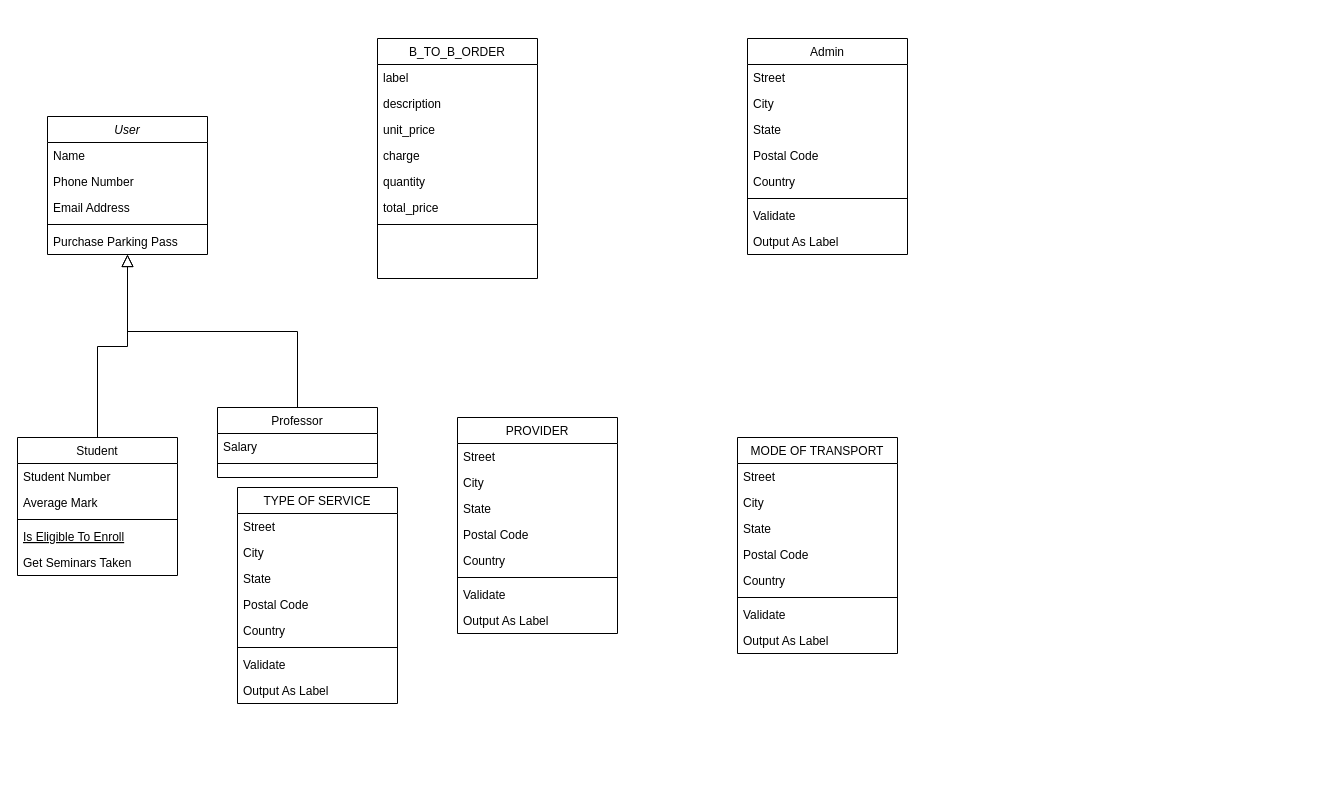
The draw.io diagram B_to_B_class_diagram.drawio in dame620/B_to_B_order_class_diagram, before the edit. Source tidied: cells renumbered, new cells numbered last; positions are measured from the earlier drawing's top-left corner, leaving out a move shared by most shapes. Both pictures are drawn from the tidied source at 100%, with x=0, y=0 at pixel (17, 38).
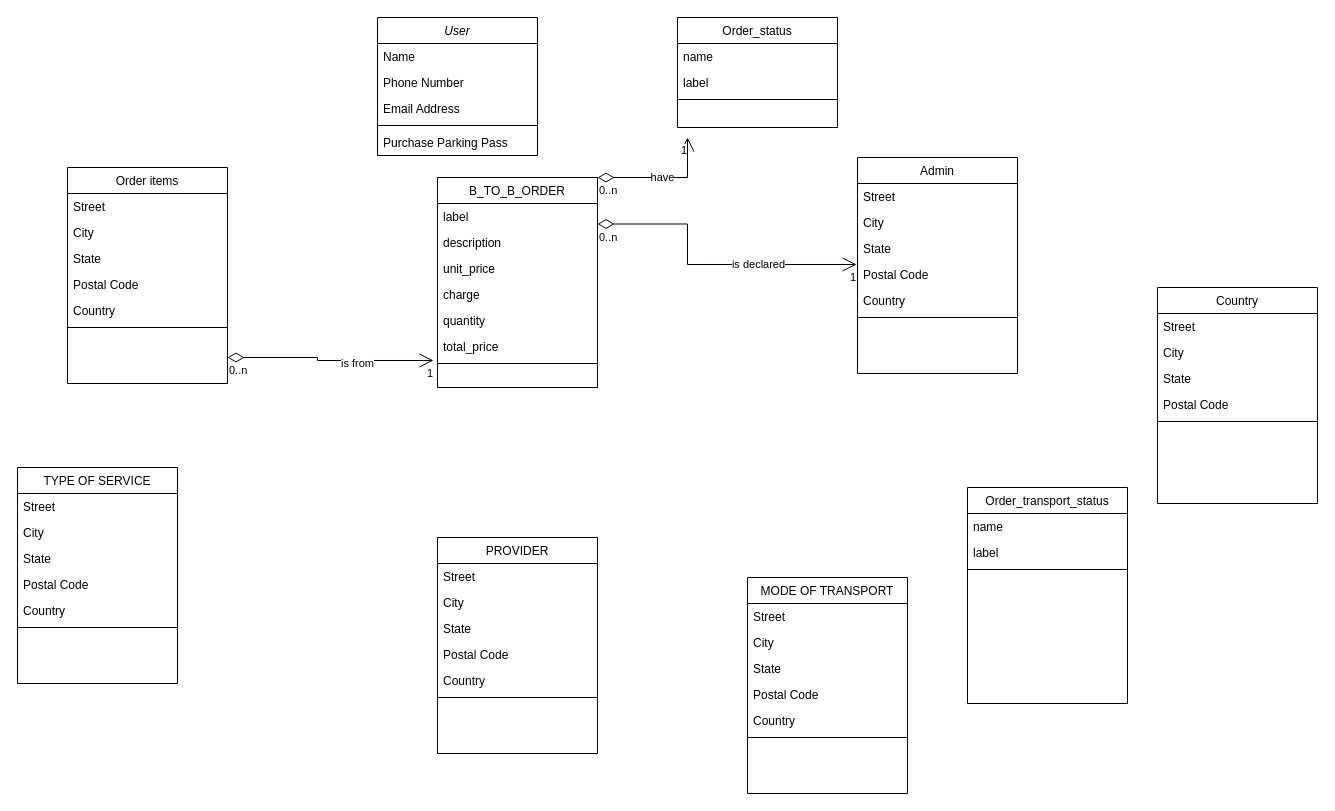
After the change.

Commit message:
Mettre à jour B_to_B_class_diagram.drawio

Unchanged cells that the change refers to:
```xml
<mxCell id="23" value="Postal Code" style="text;align=left;verticalAlign=top;spacingLeft=4;spacingRight=4;overflow=hidden;points=[[0,0.5],[1,0.5]];portConstraint=eastwest;rounded=0;shadow=0;html=0;" parent="19" vertex="1">
  <mxGeometry y="104" width="160" height="26" as="geometry" />
</mxCell>
<mxCell id="61" value="total_price&#10;&#10;" style="text;align=left;verticalAlign=top;spacingLeft=4;spacingRight=4;overflow=hidden;points=[[0,0.5],[1,0.5]];portConstraint=eastwest;rounded=0;shadow=0;html=0;" parent="55" vertex="1">
  <mxGeometry y="156" width="160" height="26" as="geometry" />
</mxCell>
```

What changed in the source:
```diff
@@
     <mxCell id="2" value="User" style="swimlane;fontStyle=2;align=center;verticalAlign=top;horizontal=1;startSize=26;rounded=0;shadow=0;strokeWidth=1;" parent="1" vertex="1">
-      <mxGeometry x="30" y="78" width="160" height="138" as="geometry" />
+      <mxGeometry x="360" y="-21" width="160" height="138" as="geometry" />
     </mxCell>
@@
-    <mxCell id="8" value="Student" style="swimlane;fontStyle=0;align=center;verticalAlign=top;horizontal=1;startSize=26;rounded=0;shadow=0;strokeWidth=1;" parent="1" vertex="1">
-      <mxGeometry y="399" width="160" height="138" as="geometry" />
-    </mxCell>
-    <mxCell id="9" value="Student Number" style="text;align=left;verticalAlign=top;spacingLeft=4;spacingRight=4;overflow=hidden;" parent="8" vertex="1">
-      <mxGeometry y="26" width="160" height="26" as="geometry" />
-    </mxCell>
-    <mxCell id="10" value="Average Mark" style="text;align=left;verticalAlign=top;spacingLeft=4;spacingRight=4;overflow=hidden;rounded=0;shadow=0;html=0;" parent="8" vertex="1">
-      <mxGeometry y="52" width="160" height="26" as="geometry" />
-    </mxCell>
-    <mxCell id="11" style="line;html=1;strokeWidth=1;align=left;verticalAlign=middle;spacingTop=-1;spacingLeft=3;spacingRight=3;labelPosition=right;" parent="8" vertex="1">
-      <mxGeometry y="78" width="160" height="8" as="geometry" />
-    </mxCell>
-    <mxCell id="12" value="Is Eligible To Enroll" style="text;align=left;verticalAlign=top;spacingLeft=4;spacingRight=4;overflow=hidden;fontStyle=4;" parent="8" vertex="1">
-      <mxGeometry y="86" width="160" height="26" as="geometry" />
-    </mxCell>
-    <mxCell id="13" value="Get Seminars Taken" style="text;align=left;verticalAlign=top;spacingLeft=4;spacingRight=4;overflow=hidden;" parent="8" vertex="1">
-      <mxGeometry y="112" width="160" height="26" as="geometry" />
-    </mxCell>
-    <mxCell id="14" style="endArrow=block;endSize=10;endFill=0;shadow=0;strokeWidth=1;rounded=0;edgeStyle=elbowEdgeStyle;elbow=vertical;" parent="1" edge="1" source="8" target="2">
-      <mxGeometry relative="1" as="geometry" />
-    </mxCell>
-    <mxCell id="15" value="Professor" style="swimlane;fontStyle=0;align=center;verticalAlign=top;horizontal=1;startSize=26;rounded=0;shadow=0;strokeWidth=1;" parent="1" vertex="1">
-      <mxGeometry x="200" y="369" width="160" height="70" as="geometry" />
-    </mxCell>
-    <mxCell id="16" value="Salary" style="text;align=left;verticalAlign=top;spacingLeft=4;spacingRight=4;overflow=hidden;" parent="15" vertex="1">
-      <mxGeometry y="26" width="160" height="26" as="geometry" />
-    </mxCell>
-    <mxCell id="17" style="line;html=1;strokeWidth=1;align=left;verticalAlign=middle;spacingTop=-1;spacingLeft=3;spacingRight=3;labelPosition=right;" parent="15" vertex="1">
-      <mxGeometry y="52" width="160" height="8" as="geometry" />
-    </mxCell>
-    <mxCell id="18" style="endArrow=block;endSize=10;endFill=0;shadow=0;strokeWidth=1;rounded=0;edgeStyle=elbowEdgeStyle;elbow=vertical;" parent="1" edge="1" source="15" target="2">
-      <mxGeometry relative="1" as="geometry" />
-    </mxCell>
     <mxCell id="19" value="Admin" style="swimlane;fontStyle=0;align=center;verticalAlign=top;horizontal=1;startSize=26;rounded=0;shadow=0;strokeWidth=1;" parent="1" vertex="1">
-      <mxGeometry x="730" width="160" height="216" as="geometry" />
+      <mxGeometry x="840" y="119" width="160" height="216" as="geometry" />
     </mxCell>
@@
-    <mxCell id="26" value="Validate" style="text;align=left;verticalAlign=top;spacingLeft=4;spacingRight=4;overflow=hidden;" parent="19" vertex="1">
-      <mxGeometry y="164" width="160" height="26" as="geometry" />
-    </mxCell>
-    <mxCell id="27" value="Output As Label" style="text;align=left;verticalAlign=top;spacingLeft=4;spacingRight=4;overflow=hidden;" parent="19" vertex="1">
-      <mxGeometry y="190" width="160" height="26" as="geometry" />
-    </mxCell>
     <mxCell id="28" value="PROVIDER" style="swimlane;fontStyle=0;align=center;verticalAlign=top;horizontal=1;startSize=26;rounded=0;shadow=0;strokeWidth=1;" parent="1" vertex="1">
-      <mxGeometry x="440" y="379" width="160" height="216" as="geometry" />
+      <mxGeometry x="420" y="499" width="160" height="216" as="geometry" />
     </mxCell>
@@
-    <mxCell id="35" value="Validate" style="text;align=left;verticalAlign=top;spacingLeft=4;spacingRight=4;overflow=hidden;" parent="28" vertex="1">
-      <mxGeometry y="164" width="160" height="26" as="geometry" />
-    </mxCell>
-    <mxCell id="36" value="Output As Label" style="text;align=left;verticalAlign=top;spacingLeft=4;spacingRight=4;overflow=hidden;" parent="28" vertex="1">
-      <mxGeometry y="190" width="160" height="26" as="geometry" />
-    </mxCell>
     <mxCell id="37" value="TYPE OF SERVICE" style="swimlane;fontStyle=0;align=center;verticalAlign=top;horizontal=1;startSize=26;rounded=0;shadow=0;strokeWidth=1;" parent="1" vertex="1">
-      <mxGeometry x="220" y="449" width="160" height="216" as="geometry" />
+      <mxGeometry y="429" width="160" height="216" as="geometry" />
     </mxCell>
@@
-    <mxCell id="44" value="Validate" style="text;align=left;verticalAlign=top;spacingLeft=4;spacingRight=4;overflow=hidden;" parent="37" vertex="1">
-      <mxGeometry y="164" width="160" height="26" as="geometry" />
-    </mxCell>
-    <mxCell id="45" value="Output As Label" style="text;align=left;verticalAlign=top;spacingLeft=4;spacingRight=4;overflow=hidden;" parent="37" vertex="1">
-      <mxGeometry y="190" width="160" height="26" as="geometry" />
-    </mxCell>
     <mxCell id="46" value="MODE OF TRANSPORT" style="swimlane;fontStyle=0;align=center;verticalAlign=top;horizontal=1;startSize=26;rounded=0;shadow=0;strokeWidth=1;" parent="1" vertex="1">
-      <mxGeometry x="720" y="399" width="160" height="216" as="geometry" />
+      <mxGeometry x="730" y="539" width="160" height="216" as="geometry" />
     </mxCell>
@@
-    <mxCell id="53" value="Validate" style="text;align=left;verticalAlign=top;spacingLeft=4;spacingRight=4;overflow=hidden;" parent="46" vertex="1">
-      <mxGeometry y="164" width="160" height="26" as="geometry" />
-    </mxCell>
-    <mxCell id="54" value="Output As Label" style="text;align=left;verticalAlign=top;spacingLeft=4;spacingRight=4;overflow=hidden;" parent="46" vertex="1">
-      <mxGeometry y="190" width="160" height="26" as="geometry" />
-    </mxCell>
     <mxCell id="55" value="B_TO_B_ORDER" style="swimlane;fontStyle=0;align=center;verticalAlign=top;horizontal=1;startSize=26;rounded=0;shadow=0;strokeWidth=1;" parent="1" vertex="1">
-      <mxGeometry x="360" width="160" height="240" as="geometry" />
+      <mxGeometry x="420" y="139" width="160" height="210" as="geometry" />
     </mxCell>
@@
+    <mxCell id="63" value="Country" style="swimlane;fontStyle=0;align=center;verticalAlign=top;horizontal=1;startSize=26;rounded=0;shadow=0;strokeWidth=1;" parent="1" vertex="1">
+      <mxGeometry x="1140" y="249" width="160" height="216" as="geometry" />
+    </mxCell>
+    <mxCell id="64" value="Street" style="text;align=left;verticalAlign=top;spacingLeft=4;spacingRight=4;overflow=hidden;" parent="63" vertex="1">
+      <mxGeometry y="26" width="160" height="26" as="geometry" />
+    </mxCell>
+    <mxCell id="65" value="City" style="text;align=left;verticalAlign=top;spacingLeft=4;spacingRight=4;overflow=hidden;rounded=0;shadow=0;html=0;" parent="63" vertex="1">
+      <mxGeometry y="52" width="160" height="26" as="geometry" />
+    </mxCell>
+    <mxCell id="66" value="State" style="text;align=left;verticalAlign=top;spacingLeft=4;spacingRight=4;overflow=hidden;rounded=0;shadow=0;html=0;" parent="63" vertex="1">
+      <mxGeometry y="78" width="160" height="26" as="geometry" />
+    </mxCell>
+    <mxCell id="67" value="Postal Code" style="text;align=left;verticalAlign=top;spacingLeft=4;spacingRight=4;overflow=hidden;rounded=0;shadow=0;html=0;" parent="63" vertex="1">
+      <mxGeometry y="104" width="160" height="26" as="geometry" />
+    </mxCell>
+    <mxCell id="68" style="line;html=1;strokeWidth=1;align=left;verticalAlign=middle;spacingTop=-1;spacingLeft=3;spacingRight=3;labelPosition=right;" parent="63" vertex="1">
+      <mxGeometry y="130" width="160" height="8" as="geometry" />
+    </mxCell>
+    <mxCell id="69" value="Order_status" style="swimlane;fontStyle=0;align=center;verticalAlign=top;horizontal=1;startSize=26;rounded=0;shadow=0;strokeWidth=1;" parent="1" vertex="1">
+      <mxGeometry x="660" y="-21" width="160" height="110" as="geometry" />
+    </mxCell>
+    <mxCell id="70" value="name" style="text;align=left;verticalAlign=top;spacingLeft=4;spacingRight=4;overflow=hidden;" parent="69" vertex="1">
+      <mxGeometry y="26" width="160" height="26" as="geometry" />
+    </mxCell>
+    <mxCell id="71" value="label" style="text;align=left;verticalAlign=top;spacingLeft=4;spacingRight=4;overflow=hidden;rounded=0;shadow=0;html=0;" parent="69" vertex="1">
+      <mxGeometry y="52" width="160" height="26" as="geometry" />
+    </mxCell>
+    <mxCell id="72" style="line;html=1;strokeWidth=1;align=left;verticalAlign=middle;spacingTop=-1;spacingLeft=3;spacingRight=3;labelPosition=right;" parent="69" vertex="1">
+      <mxGeometry y="78" width="160" height="8" as="geometry" />
+    </mxCell>
+    <mxCell id="73" value="Order_transport_status" style="swimlane;fontStyle=0;align=center;verticalAlign=top;horizontal=1;startSize=26;rounded=0;shadow=0;strokeWidth=1;" parent="1" vertex="1">
+      <mxGeometry x="950" y="449" width="160" height="216" as="geometry" />
+    </mxCell>
+    <mxCell id="74" value="name" style="text;align=left;verticalAlign=top;spacingLeft=4;spacingRight=4;overflow=hidden;" parent="73" vertex="1">
+      <mxGeometry y="26" width="160" height="26" as="geometry" />
+    </mxCell>
+    <mxCell id="75" value="label" style="text;align=left;verticalAlign=top;spacingLeft=4;spacingRight=4;overflow=hidden;rounded=0;shadow=0;html=0;" parent="73" vertex="1">
+      <mxGeometry y="52" width="160" height="26" as="geometry" />
+    </mxCell>
+    <mxCell id="76" style="line;html=1;strokeWidth=1;align=left;verticalAlign=middle;spacingTop=-1;spacingLeft=3;spacingRight=3;labelPosition=right;" parent="73" vertex="1">
+      <mxGeometry y="78" width="160" height="8" as="geometry" />
+    </mxCell>
+    <mxCell id="77" value="is declared" style="endArrow=open;html=1;endSize=12;startArrow=diamondThin;startSize=14;startFill=0;edgeStyle=orthogonalEdgeStyle;rounded=0;entryX=-0.006;entryY=0.115;entryDx=0;entryDy=0;entryPerimeter=0;" parent="1" edge="1" target="23">
+      <mxGeometry x="0.34" relative="1" as="geometry">
+        <mxPoint x="580" y="185.5" as="sourcePoint" />
+        <Array as="points">
+          <mxPoint x="670" y="186" />
+        </Array>
+        <mxPoint x="1" as="offset" />
+      </mxGeometry>
+    </mxCell>
+    <mxCell id="78" value="0..n" style="edgeLabel;html=1;align=left;verticalAlign=top;" parent="77" vertex="1">
+      <mxGeometry x="-1" relative="1" as="geometry" />
+    </mxCell>
+    <mxCell id="79" value="1" style="edgeLabel;html=1;align=right;verticalAlign=top;" parent="77" vertex="1">
+      <mxGeometry x="1" relative="1" as="geometry" />
+    </mxCell>
+    <mxCell id="80" value="have" style="endArrow=open;html=1;endSize=12;startArrow=diamondThin;startSize=14;startFill=0;edgeStyle=orthogonalEdgeStyle;rounded=0;" parent="1" edge="1">
+      <mxGeometry relative="1" as="geometry">
+        <mxPoint x="580" y="139" as="sourcePoint" />
+        <mxPoint x="670" y="99" as="targetPoint" />
+        <Array as="points">
+          <mxPoint x="670" y="139.5" />
+        </Array>
+      </mxGeometry>
+    </mxCell>
+    <mxCell id="81" value="0..n" style="edgeLabel;html=1;align=left;verticalAlign=top;" parent="80" vertex="1">
+      <mxGeometry x="-1" relative="1" as="geometry" />
+    </mxCell>
+    <mxCell id="82" value="1" style="edgeLabel;html=1;align=right;verticalAlign=top;" parent="80" vertex="1">
+      <mxGeometry x="1" relative="1" as="geometry" />
+    </mxCell>
+    <mxCell id="83" value="Order items" style="swimlane;fontStyle=0;align=center;verticalAlign=top;horizontal=1;startSize=26;rounded=0;shadow=0;strokeWidth=1;" parent="1" vertex="1">
+      <mxGeometry x="50" y="129" width="160" height="216" as="geometry" />
+    </mxCell>
+    <mxCell id="84" value="Street" style="text;align=left;verticalAlign=top;spacingLeft=4;spacingRight=4;overflow=hidden;" parent="83" vertex="1">
+      <mxGeometry y="26" width="160" height="26" as="geometry" />
+    </mxCell>
+    <mxCell id="85" value="City" style="text;align=left;verticalAlign=top;spacingLeft=4;spacingRight=4;overflow=hidden;rounded=0;shadow=0;html=0;" parent="83" vertex="1">
+      <mxGeometry y="52" width="160" height="26" as="geometry" />
+    </mxCell>
+    <mxCell id="86" value="State" style="text;align=left;verticalAlign=top;spacingLeft=4;spacingRight=4;overflow=hidden;rounded=0;shadow=0;html=0;" parent="83" vertex="1">
+      <mxGeometry y="78" width="160" height="26" as="geometry" />
+    </mxCell>
+    <mxCell id="87" value="Postal Code" style="text;align=left;verticalAlign=top;spacingLeft=4;spacingRight=4;overflow=hidden;rounded=0;shadow=0;html=0;" parent="83" vertex="1">
+      <mxGeometry y="104" width="160" height="26" as="geometry" />
+    </mxCell>
+    <mxCell id="88" value="Country" style="text;align=left;verticalAlign=top;spacingLeft=4;spacingRight=4;overflow=hidden;rounded=0;shadow=0;html=0;" parent="83" vertex="1">
+      <mxGeometry y="130" width="160" height="26" as="geometry" />
+    </mxCell>
+    <mxCell id="89" style="line;html=1;strokeWidth=1;align=left;verticalAlign=middle;spacingTop=-1;spacingLeft=3;spacingRight=3;labelPosition=right;" parent="83" vertex="1">
+      <mxGeometry y="156" width="160" height="8" as="geometry" />
+    </mxCell>
+    <mxCell id="90" value="is from" style="endArrow=open;html=1;endSize=12;startArrow=diamondThin;startSize=14;startFill=0;edgeStyle=orthogonalEdgeStyle;rounded=0;entryX=-0.025;entryY=1.038;entryDx=0;entryDy=0;entryPerimeter=0;" parent="1" edge="1" target="61">
+      <mxGeometry x="0.27" y="-3" relative="1" as="geometry">
+        <mxPoint x="210" y="319" as="sourcePoint" />
+        <Array as="points">
+          <mxPoint x="300" y="319" />
+          <mxPoint x="300" y="322" />
+        </Array>
+      </mxGeometry>
+    </mxCell>
+    <mxCell id="91" value="0..n" style="edgeLabel;html=1;align=left;verticalAlign=top;" parent="90" vertex="1">
+      <mxGeometry x="-1" relative="1" as="geometry" />
+    </mxCell>
+    <mxCell id="92" value="1" style="edgeLabel;html=1;align=right;verticalAlign=top;" parent="90" vertex="1">
+      <mxGeometry x="1" relative="1" as="geometry" />
+    </mxCell>
```
